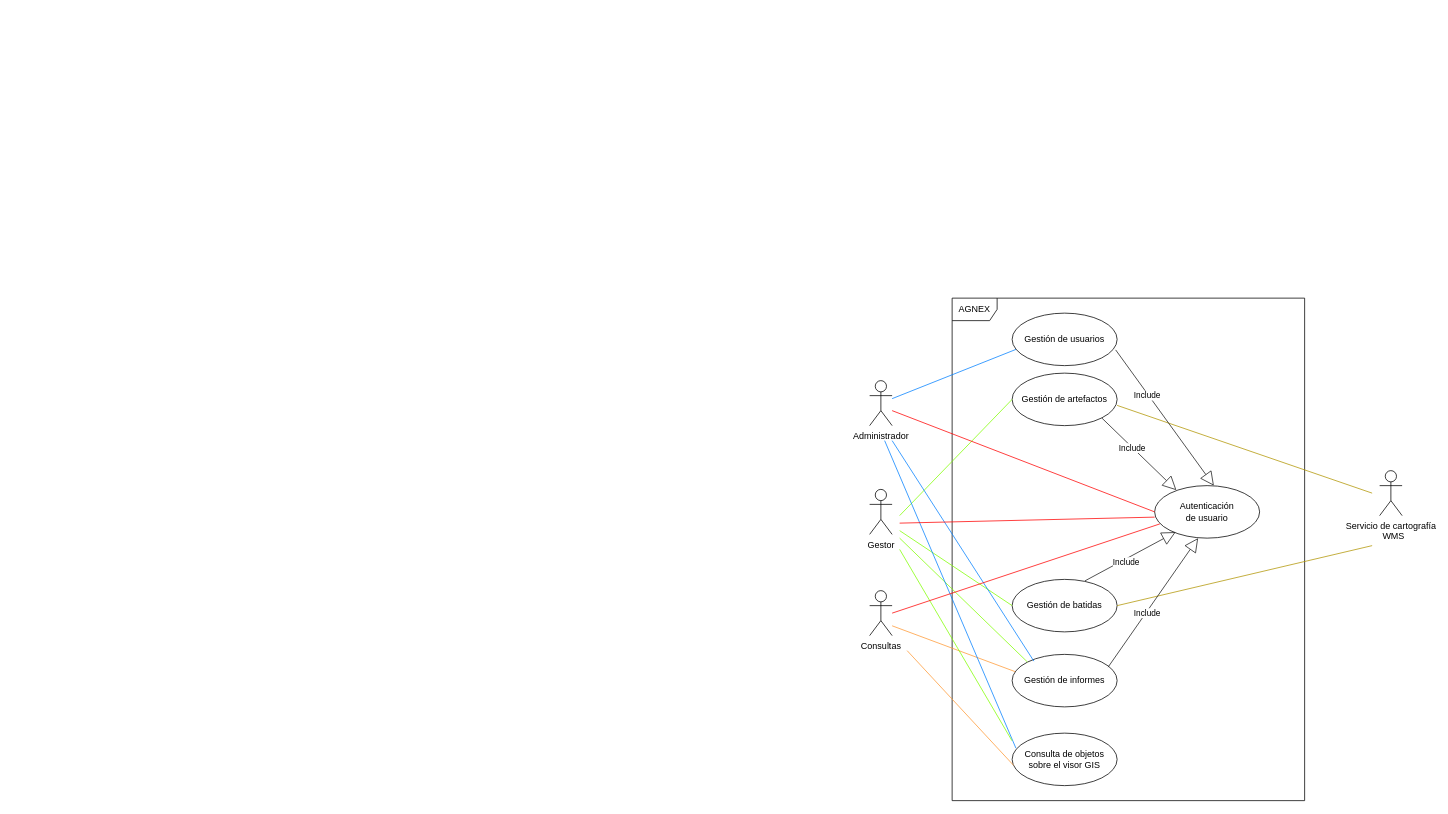
Above: Docu elaborada/ModeloDeNegocio.drawio in pquella/buscaminas (draw.io), before the change. Source tidied: cells renumbered, new cells numbered last; positions are measured from the earlier drawing's top-left corner, leaving out a move shared by most shapes. Both pictures are drawn from the tidied source at 75%, with x=0, y=0 at pixel (869, 298).
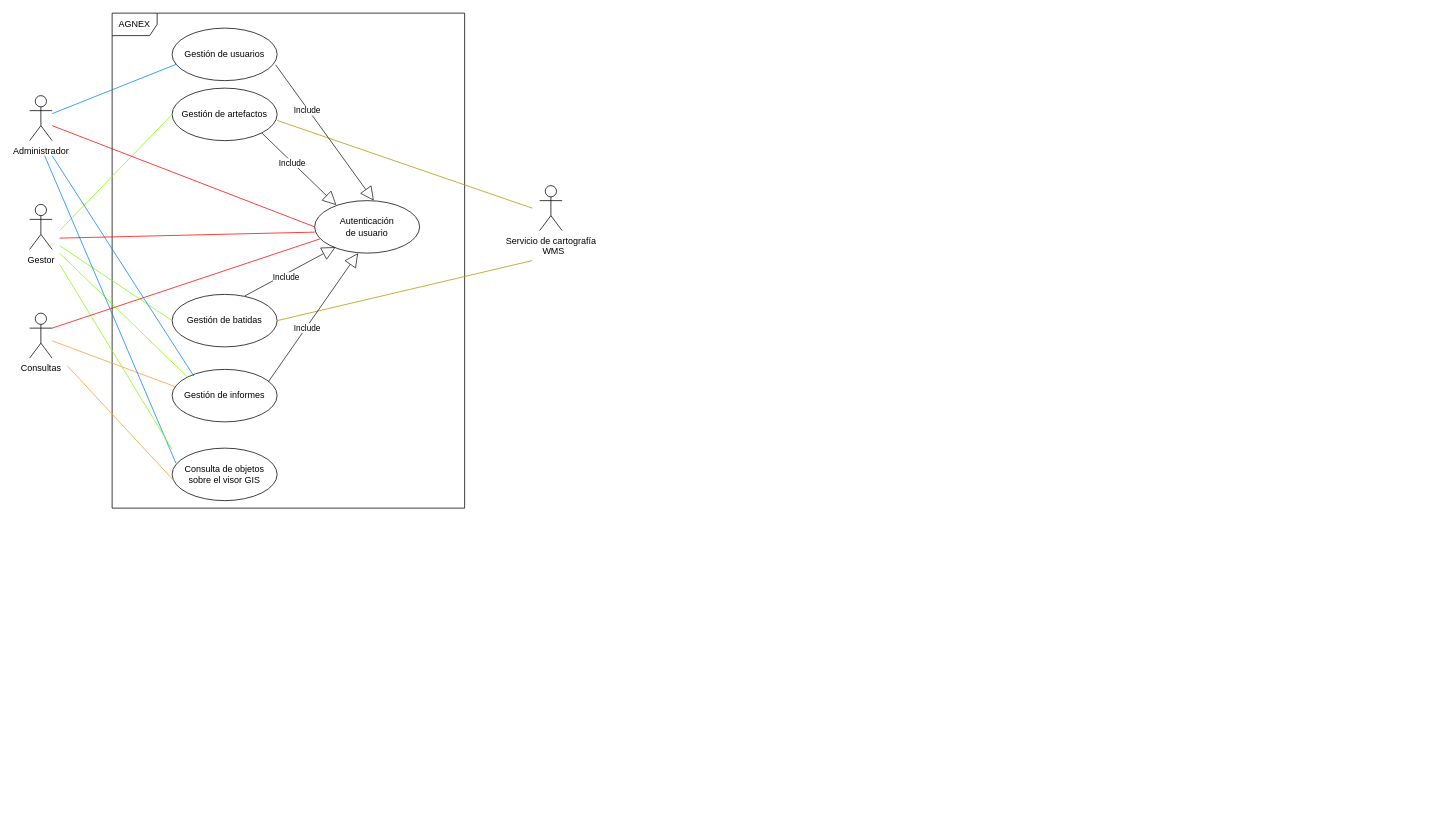
After the change.

The edit, as a diff of the source:
```diff
@@
+    <mxCell id="31" style="group;" parent="1" vertex="1">
+      <mxGeometry x="-1120" y="-380" width="710" height="660" as="geometry" />
+    </mxCell>
-    <mxCell id="2" value="AGNEX" style="shape=umlFrame;whiteSpace=wrap;html=1;shadow=0;" parent="1" vertex="1">
-      <mxGeometry x="110" width="470" height="670" as="geometry" />
+    <mxCell id="2" value="AGNEX" style="shape=umlFrame;whiteSpace=wrap;html=1;shadow=0;" parent="31" vertex="1">
+      <mxGeometry x="110" width="470" height="660" as="geometry" />
     </mxCell>
-    <mxCell id="3" style="rounded=0;jettySize=auto;html=1;endArrow=none;endFill=0;strokeColor=#007FFF;entryX=0.043;entryY=0.686;entryDx=0;entryDy=0;entryPerimeter=0;" parent="1" edge="1" source="4" target="6">
-      <mxGeometry relative="1" as="geometry" />
-    </mxCell>
-    <mxCell id="4" value="Administrador" style="shape=umlActor;verticalLabelPosition=bottom;labelBackgroundColor=#ffffff;verticalAlign=top;html=1;shadow=0;" parent="1" vertex="1">
+    <mxCell id="4" value="Administrador" style="shape=umlActor;verticalLabelPosition=bottom;labelBackgroundColor=#ffffff;verticalAlign=top;html=1;shadow=0;" parent="31" vertex="1">
       <mxGeometry y="110" width="30" height="60" as="geometry" />
     </mxCell>
-    <mxCell id="5" value="Gestor" style="shape=umlActor;verticalLabelPosition=bottom;labelBackgroundColor=#ffffff;verticalAlign=top;html=1;shadow=0;" parent="1" vertex="1">
+    <mxCell id="5" value="Gestor" style="shape=umlActor;verticalLabelPosition=bottom;labelBackgroundColor=#ffffff;verticalAlign=top;html=1;shadow=0;" parent="31" vertex="1">
       <mxGeometry y="255" width="30" height="60" as="geometry" />
     </mxCell>
-    <mxCell id="6" value="Gestión de usuarios" style="ellipse;whiteSpace=wrap;html=1;shadow=0;" parent="1" vertex="1">
+    <mxCell id="6" value="Gestión de usuarios" style="ellipse;whiteSpace=wrap;html=1;shadow=0;" parent="31" vertex="1">
       <mxGeometry x="190" y="20" width="140" height="70" as="geometry" />
     </mxCell>
+    <mxCell id="3" style="rounded=0;jettySize=auto;html=1;endArrow=none;endFill=0;strokeColor=#007FFF;entryX=0.043;entryY=0.686;entryDx=0;entryDy=0;entryPerimeter=0;" parent="31" edge="1" source="4" target="6">
+      <mxGeometry relative="1" as="geometry" />
+    </mxCell>
-    <mxCell id="7" value="Gestión de artefactos" style="ellipse;whiteSpace=wrap;html=1;shadow=0;" parent="1" vertex="1">
+    <mxCell id="7" value="Gestión de artefactos" style="ellipse;whiteSpace=wrap;html=1;shadow=0;" parent="31" vertex="1">
       <mxGeometry x="190" y="100" width="140" height="70" as="geometry" />
     </mxCell>
-    <mxCell id="8" value="Gestión de batidas" style="ellipse;whiteSpace=wrap;html=1;shadow=0;" parent="1" vertex="1">
+    <mxCell id="8" value="Gestión de batidas" style="ellipse;whiteSpace=wrap;html=1;shadow=0;" parent="31" vertex="1">
       <mxGeometry x="190" y="375" width="140" height="70" as="geometry" />
     </mxCell>
-    <mxCell id="9" value="Gestión de informes" style="ellipse;whiteSpace=wrap;html=1;shadow=0;" parent="1" vertex="1">
+    <mxCell id="9" value="Gestión de informes" style="ellipse;whiteSpace=wrap;html=1;shadow=0;" parent="31" vertex="1">
       <mxGeometry x="190" y="475" width="140" height="70" as="geometry" />
     </mxCell>
-    <mxCell id="10" value="Consultas" style="shape=umlActor;verticalLabelPosition=bottom;labelBackgroundColor=#ffffff;verticalAlign=top;html=1;shadow=0;" parent="1" vertex="1">
-      <mxGeometry y="390" width="30" height="60" as="geometry" />
+    <mxCell id="10" value="Consultas" style="shape=umlActor;verticalLabelPosition=bottom;labelBackgroundColor=#ffffff;verticalAlign=top;html=1;shadow=0;" parent="31" vertex="1">
+      <mxGeometry y="400" width="30" height="60" as="geometry" />
     </mxCell>
-    <mxCell id="11" value="&lt;div&gt;Servicio de cartografía&lt;/div&gt;&lt;div&gt;&amp;nbsp; WMS&lt;br&gt;&lt;/div&gt;" style="shape=umlActor;verticalLabelPosition=bottom;labelBackgroundColor=#ffffff;verticalAlign=top;html=1;shadow=0;" parent="1" vertex="1">
+    <mxCell id="11" value="&lt;div&gt;Servicio de cartografía&lt;/div&gt;&lt;div&gt;&amp;nbsp; WMS&lt;br&gt;&lt;/div&gt;" style="shape=umlActor;verticalLabelPosition=bottom;labelBackgroundColor=#ffffff;verticalAlign=top;html=1;shadow=0;" parent="31" vertex="1">
       <mxGeometry x="680" y="230" width="30" height="60" as="geometry" />
     </mxCell>
-    <mxCell id="12" style="rounded=0;jettySize=auto;html=1;endArrow=none;endFill=0;strokeColor=#80FF00;entryX=0;entryY=0.5;entryDx=0;entryDy=0;" parent="1" edge="1" target="7">
+    <mxCell id="12" style="rounded=0;jettySize=auto;html=1;endArrow=none;endFill=0;strokeColor=#80FF00;entryX=0;entryY=0.5;entryDx=0;entryDy=0;" parent="31" edge="1" target="7">
       <mxGeometry relative="1" as="geometry">
         <mxPoint x="40" y="290" as="sourcePoint" />
       </mxGeometry>
     </mxCell>
-    <mxCell id="13" style="rounded=0;jettySize=auto;html=1;endArrow=none;endFill=0;strokeColor=#80FF00;entryX=0;entryY=0.5;entryDx=0;entryDy=0;" parent="1" edge="1" target="8">
+    <mxCell id="13" style="rounded=0;jettySize=auto;html=1;endArrow=none;endFill=0;strokeColor=#80FF00;entryX=0;entryY=0.5;entryDx=0;entryDy=0;" parent="31" edge="1" target="8">
       <mxGeometry relative="1" as="geometry">
         <mxPoint x="40" y="310" as="sourcePoint" />
       </mxGeometry>
     </mxCell>
-    <mxCell id="14" style="rounded=0;jettySize=auto;html=1;endArrow=none;endFill=0;strokeColor=#80FF00;entryX=0;entryY=0;entryDx=0;entryDy=0;" parent="1" edge="1" target="9">
+    <mxCell id="14" style="rounded=0;jettySize=auto;html=1;endArrow=none;endFill=0;strokeColor=#80FF00;entryX=0;entryY=0;entryDx=0;entryDy=0;" parent="31" edge="1" target="9">
       <mxGeometry relative="1" as="geometry">
         <mxPoint x="40" y="320" as="sourcePoint" />
       </mxGeometry>
     </mxCell>
-    <mxCell id="15" style="rounded=0;jettySize=auto;html=1;endArrow=none;endFill=0;strokeColor=#FF9933;entryX=0.029;entryY=0.329;entryDx=0;entryDy=0;entryPerimeter=0;shadow=0;" parent="1" edge="1" target="9">
+    <mxCell id="15" style="rounded=0;jettySize=auto;html=1;endArrow=none;endFill=0;strokeColor=#FF9933;entryX=0.029;entryY=0.329;entryDx=0;entryDy=0;entryPerimeter=0;shadow=0;" parent="31" edge="1" target="9">
       <mxGeometry relative="1" as="geometry">
         <mxPoint x="30" y="436.9" as="sourcePoint" />
       </mxGeometry>
     </mxCell>
-    <mxCell id="16" style="rounded=0;orthogonalLoop=1;jettySize=auto;html=1;endArrow=none;endFill=0;strokeColor=#B09500;fillColor=#e3c800;" parent="1" edge="1">
+    <mxCell id="16" style="rounded=0;orthogonalLoop=1;jettySize=auto;html=1;endArrow=none;endFill=0;strokeColor=#B09500;fillColor=#e3c800;" parent="31" edge="1">
       <mxGeometry relative="1" as="geometry">
         <mxPoint x="670" y="260" as="sourcePoint" />
         <mxPoint x="330" y="143" as="targetPoint" />
       </mxGeometry>
     </mxCell>
-    <mxCell id="17" style="rounded=0;jettySize=auto;html=1;endArrow=none;endFill=0;strokeColor=#B09500;entryX=1;entryY=0.5;entryDx=0;entryDy=0;fillColor=#e3c800;" parent="1" edge="1" target="8">
+    <mxCell id="17" style="rounded=0;jettySize=auto;html=1;endArrow=none;endFill=0;strokeColor=#B09500;entryX=1;entryY=0.5;entryDx=0;entryDy=0;fillColor=#e3c800;" parent="31" edge="1" target="8">
       <mxGeometry relative="1" as="geometry">
         <mxPoint x="670" y="330" as="sourcePoint" />
       </mxGeometry>
     </mxCell>
-    <mxCell id="18" style="rounded=0;jettySize=auto;html=1;endArrow=none;endFill=0;strokeColor=#007FFF;entryX=0.207;entryY=0.129;entryDx=0;entryDy=0;entryPerimeter=0;" parent="1" edge="1" target="9">
+    <mxCell id="18" style="rounded=0;jettySize=auto;html=1;endArrow=none;endFill=0;strokeColor=#007FFF;entryX=0.207;entryY=0.129;entryDx=0;entryDy=0;entryPerimeter=0;" parent="31" edge="1" target="9">
       <mxGeometry relative="1" as="geometry">
         <mxPoint x="30" y="190" as="sourcePoint" />
       </mxGeometry>
     </mxCell>
-    <mxCell id="19" value="&lt;div&gt;Autenticación&lt;/div&gt;&lt;div&gt; de usuario&lt;/div&gt;" style="ellipse;whiteSpace=wrap;html=1;shadow=0;" parent="1" vertex="1">
+    <mxCell id="19" value="&lt;div&gt;Autenticación&lt;/div&gt;&lt;div&gt; de usuario&lt;/div&gt;" style="ellipse;whiteSpace=wrap;html=1;shadow=0;" parent="31" vertex="1">
       <mxGeometry x="380" y="250" width="140" height="70" as="geometry" />
     </mxCell>
-    <mxCell id="20" value="&lt;div&gt;Consulta de objetos&lt;/div&gt;&lt;div&gt;sobre el visor GIS&lt;br&gt;&lt;/div&gt;" style="ellipse;whiteSpace=wrap;html=1;shadow=0;" parent="1" vertex="1">
+    <mxCell id="20" value="&lt;div&gt;Consulta de objetos&lt;/div&gt;&lt;div&gt;sobre el visor GIS&lt;br&gt;&lt;/div&gt;" style="ellipse;whiteSpace=wrap;html=1;shadow=0;" parent="31" vertex="1">
       <mxGeometry x="190" y="580" width="140" height="70" as="geometry" />
     </mxCell>
-    <mxCell id="21" style="rounded=0;jettySize=auto;html=1;endArrow=none;endFill=0;strokeColor=#007FFF;entryX=0.036;entryY=0.286;entryDx=0;entryDy=0;entryPerimeter=0;" parent="1" edge="1" target="20">
+    <mxCell id="21" style="rounded=0;jettySize=auto;html=1;endArrow=none;endFill=0;strokeColor=#007FFF;entryX=0.036;entryY=0.286;entryDx=0;entryDy=0;entryPerimeter=0;" parent="31" edge="1" target="20">
       <mxGeometry relative="1" as="geometry">
         <mxPoint x="20" y="190" as="sourcePoint" />
       </mxGeometry>
     </mxCell>
-    <mxCell id="22" style="rounded=0;jettySize=auto;html=1;endArrow=none;endFill=0;strokeColor=#80FF00;entryX=0.17;entryY=0.881;entryDx=0;entryDy=0;entryPerimeter=0;" parent="1" edge="1" target="2">
+    <mxCell id="22" style="rounded=0;jettySize=auto;html=1;endArrow=none;endFill=0;strokeColor=#80FF00;entryX=0.17;entryY=0.881;entryDx=0;entryDy=0;entryPerimeter=0;" parent="31" edge="1" target="2">
       <mxGeometry relative="1" as="geometry">
         <mxPoint x="40" y="335" as="sourcePoint" />
       </mxGeometry>
     </mxCell>
-    <mxCell id="23" style="rounded=0;jettySize=auto;html=1;endArrow=none;endFill=0;strokeColor=#FF9933;entryX=0.014;entryY=0.614;entryDx=0;entryDy=0;entryPerimeter=0;shadow=0;startSize=10;" parent="1" edge="1" target="20">
+    <mxCell id="23" style="rounded=0;jettySize=auto;html=1;endArrow=none;endFill=0;strokeColor=#FF9933;entryX=0.014;entryY=0.614;entryDx=0;entryDy=0;entryPerimeter=0;shadow=0;startSize=10;" parent="31" edge="1" target="20">
       <mxGeometry relative="1" as="geometry">
         <mxPoint x="50" y="470" as="sourcePoint" />
       </mxGeometry>
     </mxCell>
-    <mxCell id="24" style="rounded=0;jettySize=auto;html=1;endArrow=none;endFill=0;strokeColor=#FF0000;entryX=0;entryY=0.5;entryDx=0;entryDy=0;shadow=0;" parent="1" edge="1" target="19">
+    <mxCell id="24" style="rounded=0;jettySize=auto;html=1;endArrow=none;endFill=0;strokeColor=#FF0000;entryX=0;entryY=0.5;entryDx=0;entryDy=0;shadow=0;" parent="31" edge="1" target="19">
       <mxGeometry relative="1" as="geometry">
         <mxPoint x="30" y="150" as="sourcePoint" />
       </mxGeometry>
     </mxCell>
-    <mxCell id="25" style="rounded=0;orthogonalLoop=1;jettySize=auto;html=1;endArrow=none;endFill=0;strokeColor=#FF0000;shadow=0;" parent="1" edge="1">
+    <mxCell id="25" style="rounded=0;orthogonalLoop=1;jettySize=auto;html=1;endArrow=none;endFill=0;strokeColor=#FF0000;shadow=0;" parent="31" edge="1">
       <mxGeometry relative="1" as="geometry">
         <mxPoint x="40" y="300" as="sourcePoint" />
         <mxPoint x="380" y="292" as="targetPoint" />
       </mxGeometry>
     </mxCell>
-    <mxCell id="26" style="rounded=0;jettySize=auto;html=1;endArrow=none;endFill=0;strokeColor=#FF0000;shadow=0;entryX=0.05;entryY=0.729;entryDx=0;entryDy=0;entryPerimeter=0;" parent="1" edge="1" target="19">
+    <mxCell id="26" style="rounded=0;jettySize=auto;html=1;endArrow=none;endFill=0;strokeColor=#FF0000;shadow=0;entryX=0.05;entryY=0.729;entryDx=0;entryDy=0;entryPerimeter=0;" parent="31" edge="1" target="19">
       <mxGeometry relative="1" as="geometry">
         <mxPoint x="30" y="420" as="sourcePoint" />
       </mxGeometry>
     </mxCell>
-    <mxCell id="27" value="Include" style="endArrow=block;endSize=16;endFill=0;html=1;strokeColor=#1A1A1A;entryX=0.2;entryY=0.886;entryDx=0;entryDy=0;entryPerimeter=0;exitX=0.693;exitY=0.029;exitDx=0;exitDy=0;exitPerimeter=0;" parent="1" edge="1" source="8" target="19">
+    <mxCell id="27" value="Include" style="endArrow=block;endSize=16;endFill=0;html=1;strokeColor=#1A1A1A;entryX=0.2;entryY=0.886;entryDx=0;entryDy=0;entryPerimeter=0;exitX=0.693;exitY=0.029;exitDx=0;exitDy=0;exitPerimeter=0;" parent="31" edge="1" source="8" target="19">
       <mxGeometry x="0.06" y="-14" relative="1" as="geometry">
         <mxPoint x="-16" y="-3" as="offset" />
       </mxGeometry>
     </mxCell>
-    <mxCell id="28" value="Include" style="endArrow=block;endSize=16;endFill=0;html=1;strokeColor=#1A1A1A;entryX=0.414;entryY=1;entryDx=0;entryDy=0;entryPerimeter=0;exitX=0.914;exitY=0.243;exitDx=0;exitDy=0;exitPerimeter=0;" parent="1" edge="1" source="9" target="19">
+    <mxCell id="28" value="Include" style="endArrow=block;endSize=16;endFill=0;html=1;strokeColor=#1A1A1A;entryX=0.414;entryY=1;entryDx=0;entryDy=0;entryPerimeter=0;exitX=0.914;exitY=0.243;exitDx=0;exitDy=0;exitPerimeter=0;" parent="31" edge="1" source="9" target="19">
       <mxGeometry x="-0.15" y="-1" relative="1" as="geometry" />
     </mxCell>
-    <mxCell id="29" value="Include" style="endArrow=block;endSize=16;endFill=0;html=1;strokeColor=#1A1A1A;entryX=0.564;entryY=0;entryDx=0;entryDy=0;entryPerimeter=0;exitX=0.986;exitY=0.7;exitDx=0;exitDy=0;exitPerimeter=0;" parent="1" edge="1" source="6" target="19">
+    <mxCell id="29" value="Include" style="endArrow=block;endSize=16;endFill=0;html=1;strokeColor=#1A1A1A;entryX=0.564;entryY=0;entryDx=0;entryDy=0;entryPerimeter=0;exitX=0.986;exitY=0.7;exitDx=0;exitDy=0;exitPerimeter=0;" parent="31" edge="1" source="6" target="19">
       <mxGeometry x="-0.34" y="-2" relative="1" as="geometry" />
     </mxCell>
-    <mxCell id="30" value="Include" style="endArrow=block;endSize=16;endFill=0;html=1;strokeColor=#1A1A1A;entryX=0.207;entryY=0.086;entryDx=0;entryDy=0;entryPerimeter=0;exitX=1;exitY=1;exitDx=0;exitDy=0;" parent="1" edge="1" source="7" target="19">
+    <mxCell id="30" value="Include" style="endArrow=block;endSize=16;endFill=0;html=1;strokeColor=#1A1A1A;entryX=0.207;entryY=0.086;entryDx=0;entryDy=0;entryPerimeter=0;exitX=1;exitY=1;exitDx=0;exitDy=0;" parent="31" edge="1" source="7" target="19">
       <mxGeometry x="-0.17" relative="1" as="geometry">
         <mxPoint y="1" as="offset" />
       </mxGeometry>
     </mxCell>
```
